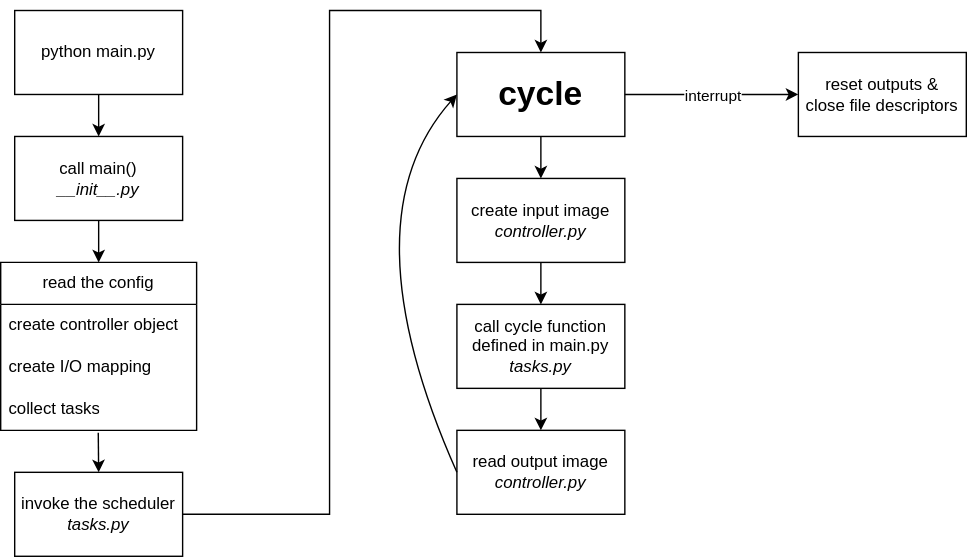
wago-enterprise-education/python-wagoplc keeps this draw.io diagram as docs/work_schedule.svg. Above is the earlier version. Source tidied: cells renumbered, new cells last; positions are measured from the earlier drawing's top-left corner, leaving out a move shared by most shapes.
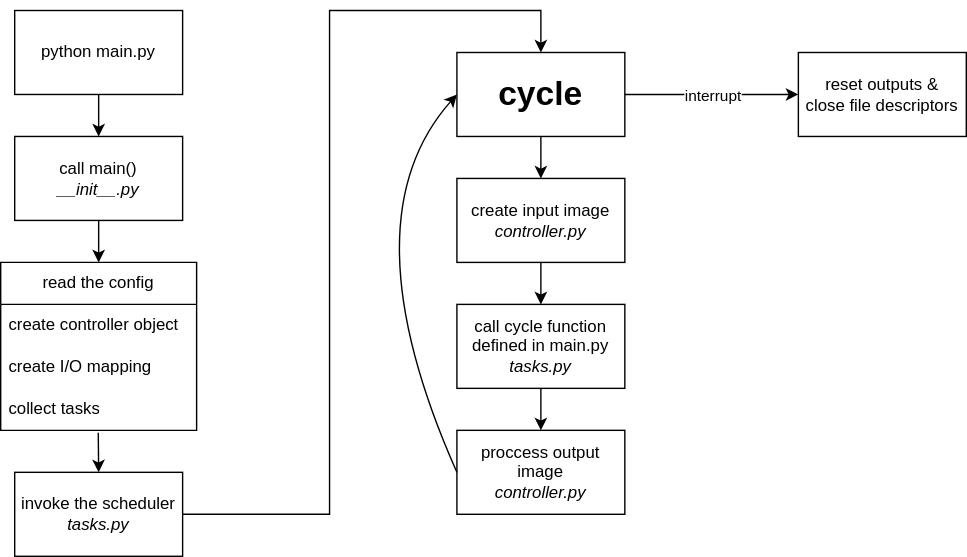
After the change.

Commit message:
change to white background

Diff of the diagram source:
```diff
@@ -11,7 +11,7 @@
     <mxCell id="4" value="create input image&lt;div&gt;&lt;i&gt;controller.py&lt;/i&gt;&lt;/div&gt;" style="rounded=0;whiteSpace=wrap;html=1;" parent="1" vertex="1">
       <mxGeometry x="326" y="120" width="120" height="60" as="geometry" />
     </mxCell>
-    <mxCell id="5" value="read output image&lt;div&gt;&lt;i&gt;controller.py&lt;/i&gt;&lt;/div&gt;" style="rounded=0;whiteSpace=wrap;html=1;" parent="1" vertex="1">
+    <mxCell id="5" value="proccess output image&lt;div&gt;&lt;i&gt;controller.py&lt;/i&gt;&lt;/div&gt;" style="rounded=0;whiteSpace=wrap;html=1;" parent="1" vertex="1">
       <mxGeometry x="326" y="300" width="120" height="60" as="geometry" />
     </mxCell>
     <mxCell id="6" style="endArrow=classic;html=1;rounded=0;entryX=0;entryY=0.5;entryDx=0;entryDy=0;exitX=0;exitY=0.5;exitDx=0;exitDy=0;curved=1;" parent="1" edge="1" source="5" target="3">
```
